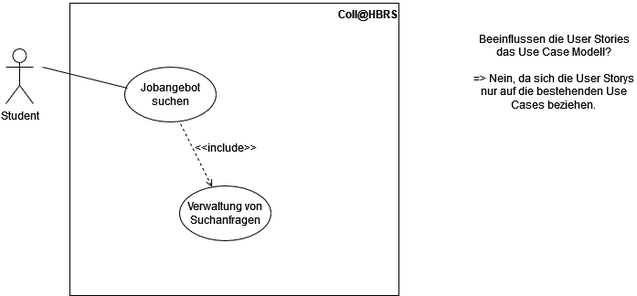
fitnesstino/WS22-SE1 keeps this draw.io diagram as src/org/hbrs/se1/ws22/uebung7/Uebung7-1.drawio.png. Above is the earlier version. Source tidied: cells renumbered, new cells last; positions are measured from the earlier drawing's top-left corner, leaving out a move shared by most shapes. Its diagram source:
```xml
<mxGraphModel>
  <root>
    <mxCell id="0" />
    <mxCell id="1" parent="0" />
    <mxCell id="2" style="rounded=0;whiteSpace=wrap;html=1;fillColor=none;" parent="1" vertex="1">
      <mxGeometry x="70" y="3" width="360" height="320" as="geometry" />
    </mxCell>
    <mxCell id="3" value="&lt;div&gt;Student&lt;/div&gt;&lt;div&gt;&lt;br&gt;&lt;/div&gt;" style="shape=umlActor;verticalLabelPosition=bottom;verticalAlign=top;html=1;fillColor=none;" parent="1" vertex="1">
      <mxGeometry y="53" width="30" height="60" as="geometry" />
    </mxCell>
    <mxCell id="4" value="Jobangebot suchen" style="ellipse;whiteSpace=wrap;html=1;fillColor=none;" parent="1" vertex="1">
      <mxGeometry x="130" y="73" width="100" height="60" as="geometry" />
    </mxCell>
    <mxCell id="5" style="endArrow=none;html=1;rounded=0;entryX=0.03;entryY=0.383;entryDx=0;entryDy=0;entryPerimeter=0;" parent="1" edge="1" target="4">
      <mxGeometry relative="1" as="geometry">
        <mxPoint x="40" y="73" as="sourcePoint" />
      </mxGeometry>
    </mxCell>
    <mxCell id="6" value="Verwaltung von Suchanfragen" style="ellipse;whiteSpace=wrap;html=1;fillColor=none;" parent="1" vertex="1">
      <mxGeometry x="190" y="203" width="100" height="60" as="geometry" />
    </mxCell>
    <mxCell id="7" style="endArrow=none;html=1;rounded=0;dashed=1;endFill=0;startArrow=open;startFill=0;" parent="1" edge="1" source="6">
      <mxGeometry relative="1" as="geometry">
        <mxPoint x="190" y="133" as="targetPoint" />
      </mxGeometry>
    </mxCell>
    <mxCell id="8" value="&amp;lt;&amp;lt;include&amp;gt;&amp;gt;" style="text;html=1;strokeColor=none;fillColor=none;align=center;verticalAlign=middle;whiteSpace=wrap;rounded=0;" parent="1" vertex="1">
      <mxGeometry x="211" y="146" width="60" height="30" as="geometry" />
    </mxCell>
    <mxCell id="9" value="&lt;b&gt;Coll@HBRS&lt;/b&gt;" style="text;html=1;strokeColor=none;fillColor=none;align=center;verticalAlign=middle;whiteSpace=wrap;rounded=0;" parent="1" vertex="1">
      <mxGeometry x="366" width="60" height="30" as="geometry" />
    </mxCell>
    <mxCell id="10" value="&lt;div&gt;&lt;font style=&quot;font-size: 12px;&quot;&gt;&lt;span dir=&quot;ltr&quot; role=&quot;presentation&quot; style=&quot;left: 119.584px; top: 776.922px; font-family: sans-serif; transform: scaleX(1.01933);&quot;&gt;Beeinflussen die User Stories das Use Case Modell&lt;/span&gt;&lt;span dir=&quot;ltr&quot; role=&quot;presentation&quot; style=&quot;left: 558.499px; top: 776.922px; font-family: sans-serif;&quot;&gt;?&lt;/span&gt;&lt;/font&gt;&lt;/div&gt;&lt;div&gt;&lt;font style=&quot;font-size: 12px;&quot;&gt;&lt;span dir=&quot;ltr&quot; role=&quot;presentation&quot; style=&quot;left: 558.499px; top: 776.922px; font-family: sans-serif;&quot;&gt;&lt;br&gt;&lt;/span&gt;&lt;/font&gt;&lt;/div&gt;&lt;div&gt;&lt;font style=&quot;font-size: 12px;&quot;&gt;&lt;span dir=&quot;ltr&quot; role=&quot;presentation&quot; style=&quot;left: 558.499px; top: 776.922px; font-family: sans-serif;&quot;&gt;=&amp;gt; Nein, da sich die User Storys nur auf die bestehenden Use Cases beziehen.&lt;br&gt;&lt;/span&gt;&lt;/font&gt;&lt;/div&gt;" style="text;html=1;strokeColor=none;fillColor=none;align=center;verticalAlign=middle;whiteSpace=wrap;rounded=0;" parent="1" vertex="1">
      <mxGeometry x="510" y="23" width="180" height="110" as="geometry" />
    </mxCell>
  </root>
</mxGraphModel>
```
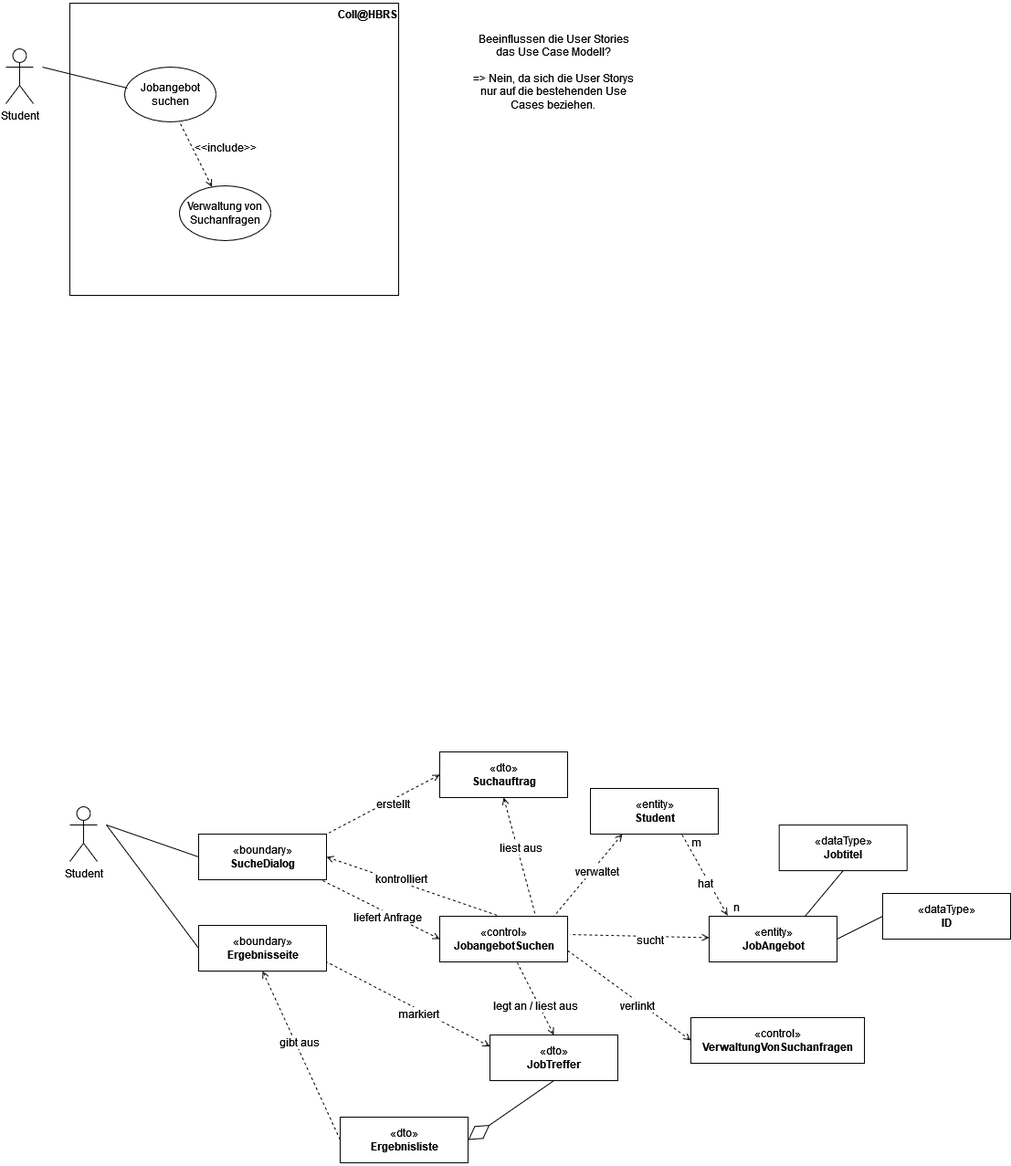
After the commit.

What changed in the source:
```diff
@@ -33,5 +33,148 @@
     <mxCell id="10" value="&lt;div&gt;&lt;font style=&quot;font-size: 12px;&quot;&gt;&lt;span dir=&quot;ltr&quot; role=&quot;presentation&quot; style=&quot;left: 119.584px; top: 776.922px; font-family: sans-serif; transform: scaleX(1.01933);&quot;&gt;Beeinflussen die User Stories das Use Case Modell&lt;/span&gt;&lt;span dir=&quot;ltr&quot; role=&quot;presentation&quot; style=&quot;left: 558.499px; top: 776.922px; font-family: sans-serif;&quot;&gt;?&lt;/span&gt;&lt;/font&gt;&lt;/div&gt;&lt;div&gt;&lt;font style=&quot;font-size: 12px;&quot;&gt;&lt;span dir=&quot;ltr&quot; role=&quot;presentation&quot; style=&quot;left: 558.499px; top: 776.922px; font-family: sans-serif;&quot;&gt;&lt;br&gt;&lt;/span&gt;&lt;/font&gt;&lt;/div&gt;&lt;div&gt;&lt;font style=&quot;font-size: 12px;&quot;&gt;&lt;span dir=&quot;ltr&quot; role=&quot;presentation&quot; style=&quot;left: 558.499px; top: 776.922px; font-family: sans-serif;&quot;&gt;=&amp;gt; Nein, da sich die User Storys nur auf die bestehenden Use Cases beziehen.&lt;br&gt;&lt;/span&gt;&lt;/font&gt;&lt;/div&gt;" style="text;html=1;strokeColor=none;fillColor=none;align=center;verticalAlign=middle;whiteSpace=wrap;rounded=0;" parent="1" vertex="1">
       <mxGeometry x="510" y="23" width="180" height="110" as="geometry" />
     </mxCell>
+    <mxCell id="11" value="«control»&lt;br&gt;&lt;b&gt;JobangebotSuchen&lt;/b&gt;" style="html=1;fontSize=12;fillColor=none;" parent="1" vertex="1">
+      <mxGeometry x="475" y="1003" width="140" height="50" as="geometry" />
+    </mxCell>
+    <mxCell id="12" value="&lt;div&gt;«boundary»&lt;/div&gt;&lt;div&gt;&lt;b&gt;SucheDialog&lt;/b&gt;&lt;br&gt;&lt;/div&gt;" style="html=1;fontSize=12;fillColor=none;" parent="1" vertex="1">
+      <mxGeometry x="211" y="913" width="140" height="50" as="geometry" />
+    </mxCell>
+    <mxCell id="13" value="&lt;div&gt;Student&lt;/div&gt;&lt;div&gt;&lt;br&gt;&lt;/div&gt;" style="shape=umlActor;verticalLabelPosition=bottom;verticalAlign=top;html=1;fontSize=12;fillColor=none;" parent="1" vertex="1">
+      <mxGeometry x="70" y="883" width="30" height="60" as="geometry" />
+    </mxCell>
+    <mxCell id="14" style="endArrow=none;html=1;rounded=0;fontSize=12;entryX=0;entryY=0.5;entryDx=0;entryDy=0;" parent="1" edge="1" target="12">
+      <mxGeometry relative="1" as="geometry">
+        <mxPoint x="110" y="903" as="sourcePoint" />
+      </mxGeometry>
+    </mxCell>
+    <mxCell id="15" style="endArrow=none;html=1;rounded=0;fontSize=12;entryX=0;entryY=0.5;entryDx=0;entryDy=0;exitX=1;exitY=0.5;exitDx=0;exitDy=0;startArrow=open;startFill=0;dashed=1;" parent="1" edge="1" source="12">
+      <mxGeometry relative="1" as="geometry">
+        <mxPoint x="541" y="1003" as="targetPoint" />
+      </mxGeometry>
+    </mxCell>
+    <mxCell id="16" value="kontrolliert" style="edgeLabel;html=1;align=center;verticalAlign=middle;fontSize=12;" parent="15" vertex="1">
+      <mxGeometry x="-0.15" y="4" relative="1" as="geometry" />
+    </mxCell>
+    <mxCell id="17" style="endArrow=none;html=1;rounded=0;fontSize=12;entryX=0;entryY=0.5;entryDx=0;entryDy=0;exitX=0;exitY=0.5;exitDx=0;exitDy=0;startArrow=open;startFill=0;dashed=1;" parent="1" edge="1" source="11">
+      <mxGeometry relative="1" as="geometry">
+        <mxPoint x="345" y="963" as="targetPoint" />
+      </mxGeometry>
+    </mxCell>
+    <mxCell id="18" value="liefert Anfrage" style="edgeLabel;html=1;align=center;verticalAlign=middle;fontSize=12;" parent="17" vertex="1">
+      <mxGeometry x="-0.15" y="4" relative="1" as="geometry" />
+    </mxCell>
+    <mxCell id="19" value="&lt;div&gt;«dto»&lt;/div&gt;&lt;div&gt;&lt;b&gt;Suchauftrag&lt;/b&gt;&lt;br&gt;&lt;/div&gt;" style="html=1;fontSize=12;fillColor=none;" parent="1" vertex="1">
+      <mxGeometry x="475" y="823" width="140" height="50" as="geometry" />
+    </mxCell>
+    <mxCell id="20" style="endArrow=none;html=1;rounded=0;fontSize=12;entryX=1;entryY=0;entryDx=0;entryDy=0;exitX=0;exitY=0.5;exitDx=0;exitDy=0;startArrow=open;startFill=0;dashed=1;" parent="1" edge="1" target="12">
+      <mxGeometry relative="1" as="geometry">
+        <mxPoint x="475" y="848" as="sourcePoint" />
+      </mxGeometry>
+    </mxCell>
+    <mxCell id="21" value="erstellt" style="edgeLabel;html=1;align=center;verticalAlign=middle;fontSize=12;" parent="20" vertex="1">
+      <mxGeometry x="-0.15" y="4" relative="1" as="geometry" />
+    </mxCell>
+    <mxCell id="22" style="endArrow=none;html=1;rounded=0;fontSize=12;entryX=0;entryY=0.5;entryDx=0;entryDy=0;exitX=0.5;exitY=1;exitDx=0;exitDy=0;startArrow=open;startFill=0;dashed=1;" parent="1" edge="1" source="19">
+      <mxGeometry relative="1" as="geometry">
+        <mxPoint x="580" y="1003" as="targetPoint" />
+      </mxGeometry>
+    </mxCell>
+    <mxCell id="23" value="&lt;div&gt;liest aus&lt;/div&gt;" style="edgeLabel;html=1;align=center;verticalAlign=middle;fontSize=12;" parent="22" vertex="1">
+      <mxGeometry x="-0.15" y="4" relative="1" as="geometry" />
+    </mxCell>
+    <mxCell id="24" value="&lt;div&gt;«entity»&lt;/div&gt;&lt;div&gt;&lt;b&gt;JobAngebot&lt;/b&gt;&lt;br&gt;&lt;/div&gt;" style="html=1;fontSize=12;fillColor=none;" parent="1" vertex="1">
+      <mxGeometry x="770" y="1003" width="140" height="50" as="geometry" />
+    </mxCell>
+    <mxCell id="25" value="&lt;div&gt;«dto»&lt;/div&gt;&lt;div&gt;&lt;b&gt;JobTreffer&lt;/b&gt;&lt;br&gt;&lt;/div&gt;" style="html=1;fontSize=12;fillColor=none;" parent="1" vertex="1">
+      <mxGeometry x="530" y="1133" width="140" height="50" as="geometry" />
+    </mxCell>
+    <mxCell id="26" value="&lt;div&gt;«dto»&lt;/div&gt;&lt;div&gt;&lt;b&gt;Ergebnisliste&lt;/b&gt;&lt;br&gt;&lt;/div&gt;" style="html=1;fontSize=12;fillColor=none;" parent="1" vertex="1">
+      <mxGeometry x="366" y="1223" width="140" height="50" as="geometry" />
+    </mxCell>
+    <mxCell id="27" style="endArrow=diamondThin;html=1;rounded=0;fontSize=12;entryX=1;entryY=0.5;entryDx=0;entryDy=0;exitX=0.5;exitY=1;exitDx=0;exitDy=0;startArrow=none;startFill=0;endSize=26;startSize=26;endFill=0;" parent="1" edge="1" source="25" target="26">
+      <mxGeometry relative="1" as="geometry" />
+    </mxCell>
+    <mxCell id="28" style="endArrow=none;html=1;rounded=0;fontSize=12;startArrow=open;startFill=0;dashed=1;entryX=0;entryY=0.5;entryDx=0;entryDy=0;exitX=0.5;exitY=1;exitDx=0;exitDy=0;" parent="1" edge="1" source="34" target="26">
+      <mxGeometry relative="1" as="geometry" />
+    </mxCell>
+    <mxCell id="29" value="&lt;div&gt;gibt aus&lt;/div&gt;" style="edgeLabel;html=1;align=center;verticalAlign=middle;fontSize=12;" parent="28" vertex="1">
+      <mxGeometry x="-0.15" y="4" relative="1" as="geometry" />
+    </mxCell>
+    <mxCell id="30" style="endArrow=none;html=1;rounded=0;fontSize=12;entryX=0;entryY=0.5;entryDx=0;entryDy=0;startArrow=open;startFill=0;dashed=1;" parent="1" edge="1" source="24">
+      <mxGeometry relative="1" as="geometry">
+        <mxPoint x="617.5" y="1023" as="targetPoint" />
+      </mxGeometry>
+    </mxCell>
+    <mxCell id="31" value="sucht" style="edgeLabel;html=1;align=center;verticalAlign=middle;fontSize=12;" parent="30" vertex="1">
+      <mxGeometry x="-0.15" y="4" relative="1" as="geometry" />
+    </mxCell>
+    <mxCell id="32" style="endArrow=none;html=1;rounded=0;fontSize=12;exitX=0.5;exitY=0;exitDx=0;exitDy=0;startArrow=open;startFill=0;dashed=1;entryX=0.607;entryY=1.02;entryDx=0;entryDy=0;entryPerimeter=0;" parent="1" edge="1" source="25" target="11">
+      <mxGeometry relative="1" as="geometry" />
+    </mxCell>
+    <mxCell id="33" value="legt an / liest aus" style="edgeLabel;html=1;align=center;verticalAlign=middle;fontSize=12;" parent="32" vertex="1">
+      <mxGeometry x="-0.15" y="4" relative="1" as="geometry" />
+    </mxCell>
+    <mxCell id="34" value="&lt;div&gt;«boundary»&lt;/div&gt;&lt;div&gt;&lt;b&gt;Ergebnisseite&lt;/b&gt;&lt;br&gt;&lt;/div&gt;" style="html=1;fontSize=12;fillColor=none;" parent="1" vertex="1">
+      <mxGeometry x="211" y="1013" width="140" height="50" as="geometry" />
+    </mxCell>
+    <mxCell id="35" style="endArrow=none;html=1;rounded=0;fontSize=12;entryX=0;entryY=0.5;entryDx=0;entryDy=0;" parent="1" edge="1" target="34">
+      <mxGeometry relative="1" as="geometry">
+        <mxPoint x="110" y="903" as="sourcePoint" />
+      </mxGeometry>
+    </mxCell>
+    <mxCell id="36" value="&lt;div&gt;«control»&lt;/div&gt;&lt;b&gt;VerwaltungVonSuchanfragen&lt;/b&gt;" style="html=1;fontSize=12;fillColor=none;" parent="1" vertex="1">
+      <mxGeometry x="750" y="1114" width="190" height="50" as="geometry" />
+    </mxCell>
+    <mxCell id="37" style="endArrow=none;html=1;rounded=0;fontSize=12;entryX=1;entryY=0.75;entryDx=0;entryDy=0;exitX=0;exitY=0.5;exitDx=0;exitDy=0;startArrow=open;startFill=0;dashed=1;" parent="1" edge="1" source="36" target="11">
+      <mxGeometry relative="1" as="geometry" />
+    </mxCell>
+    <mxCell id="38" value="&lt;div&gt;verlinkt&lt;/div&gt;" style="edgeLabel;html=1;align=center;verticalAlign=middle;fontSize=12;" parent="37" vertex="1">
+      <mxGeometry x="-0.15" y="4" relative="1" as="geometry" />
+    </mxCell>
+    <mxCell id="39" style="endArrow=none;html=1;rounded=0;fontSize=12;entryX=0;entryY=0.5;entryDx=0;entryDy=0;exitX=0;exitY=0.25;exitDx=0;exitDy=0;startArrow=open;startFill=0;dashed=1;" parent="1" edge="1" source="25">
+      <mxGeometry relative="1" as="geometry">
+        <mxPoint x="351" y="1053" as="targetPoint" />
+      </mxGeometry>
+    </mxCell>
+    <mxCell id="40" value="markiert" style="edgeLabel;html=1;align=center;verticalAlign=middle;fontSize=12;" parent="39" vertex="1">
+      <mxGeometry x="-0.15" y="4" relative="1" as="geometry" />
+    </mxCell>
+    <mxCell id="41" value="&lt;div&gt;«dataType»&lt;/div&gt;&lt;div&gt;&lt;b&gt;Jobtitel&lt;/b&gt;&lt;br&gt;&lt;/div&gt;" style="html=1;fontSize=12;fillColor=none;" parent="1" vertex="1">
+      <mxGeometry x="846.7" y="903.1" width="140" height="50" as="geometry" />
+    </mxCell>
+    <mxCell id="42" value="&lt;div&gt;«dataType»&lt;/div&gt;&lt;div&gt;&lt;b&gt;ID&lt;/b&gt;&lt;br&gt;&lt;/div&gt;" style="html=1;fontSize=12;fillColor=none;" parent="1" vertex="1">
+      <mxGeometry x="960" y="978" width="140" height="50" as="geometry" />
+    </mxCell>
+    <mxCell id="43" style="endArrow=none;html=1;rounded=0;fontSize=12;entryX=0.5;entryY=1;entryDx=0;entryDy=0;exitX=0.75;exitY=0;exitDx=0;exitDy=0;" parent="1" edge="1" source="24" target="41">
+      <mxGeometry relative="1" as="geometry" />
+    </mxCell>
+    <mxCell id="44" style="endArrow=none;html=1;rounded=0;fontSize=12;entryX=1;entryY=0.5;entryDx=0;entryDy=0;exitX=0;exitY=0.5;exitDx=0;exitDy=0;" parent="1" edge="1" source="42" target="24">
+      <mxGeometry relative="1" as="geometry" />
+    </mxCell>
+    <mxCell id="45" value="&lt;div&gt;«entity»&lt;/div&gt;&lt;div&gt;&lt;b&gt;Student&lt;/b&gt;&lt;br&gt;&lt;/div&gt;" style="html=1;fontSize=12;fillColor=none;" parent="1" vertex="1">
+      <mxGeometry x="640" y="863" width="140" height="50" as="geometry" />
+    </mxCell>
+    <mxCell id="46" style="endArrow=none;html=1;rounded=0;fontSize=12;entryX=0;entryY=0.5;entryDx=0;entryDy=0;startArrow=open;startFill=0;dashed=1;exitX=0.25;exitY=1;exitDx=0;exitDy=0;" parent="1" edge="1" source="45">
+      <mxGeometry relative="1" as="geometry">
+        <mxPoint x="600" y="1003" as="targetPoint" />
+      </mxGeometry>
+    </mxCell>
+    <mxCell id="47" value="&lt;div&gt;verwaltet&lt;/div&gt;" style="edgeLabel;html=1;align=center;verticalAlign=middle;fontSize=12;" parent="46" vertex="1">
+      <mxGeometry x="-0.15" y="4" relative="1" as="geometry" />
+    </mxCell>
+    <mxCell id="48" style="endArrow=none;html=1;rounded=0;fontSize=12;exitX=0.143;exitY=-0.02;exitDx=0;exitDy=0;startArrow=open;startFill=0;dashed=1;entryX=0.607;entryY=1.02;entryDx=0;entryDy=0;entryPerimeter=0;exitPerimeter=0;" parent="1" edge="1" source="24">
+      <mxGeometry relative="1" as="geometry">
+        <mxPoint x="740" y="913" as="targetPoint" />
+      </mxGeometry>
+    </mxCell>
+    <mxCell id="49" value="hat" style="edgeLabel;html=1;align=center;verticalAlign=middle;fontSize=12;" parent="48" vertex="1">
+      <mxGeometry x="-0.15" y="4" relative="1" as="geometry" />
+    </mxCell>
+    <mxCell id="50" value="m" style="text;html=1;strokeColor=none;fillColor=none;align=center;verticalAlign=middle;whiteSpace=wrap;rounded=0;fontSize=12;" parent="1" vertex="1">
+      <mxGeometry x="726" y="907.1" width="60" height="30" as="geometry" />
+    </mxCell>
+    <mxCell id="51" value="n" style="text;html=1;strokeColor=none;fillColor=none;align=center;verticalAlign=middle;whiteSpace=wrap;rounded=0;fontSize=12;" parent="1" vertex="1">
+      <mxGeometry x="770" y="978" width="60" height="30" as="geometry" />
+    </mxCell>
   </root>
 </mxGraphModel>
```
